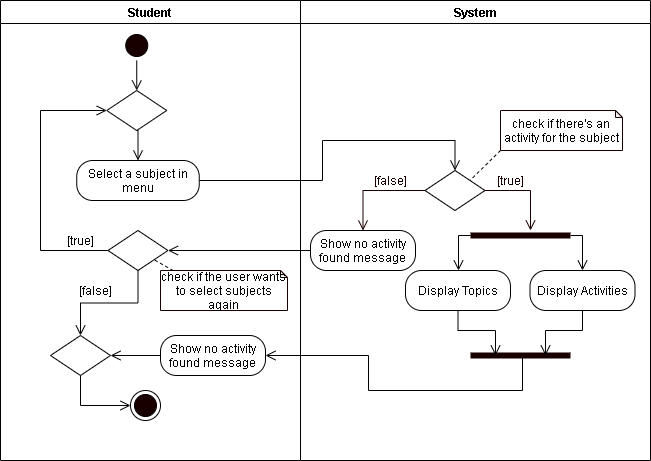
Above: REVISIONS/UML-DIAGRAMS/6-28-2021/ACTIVITY DIAGRAM/25-Open Subjects.png in mrklglsn/CAPSTONE-FILES (draw.io), before the change. Source tidied: cells renumbered, new cells last; positions are measured from the earlier drawing's top-left corner, leaving out a move shared by most shapes.
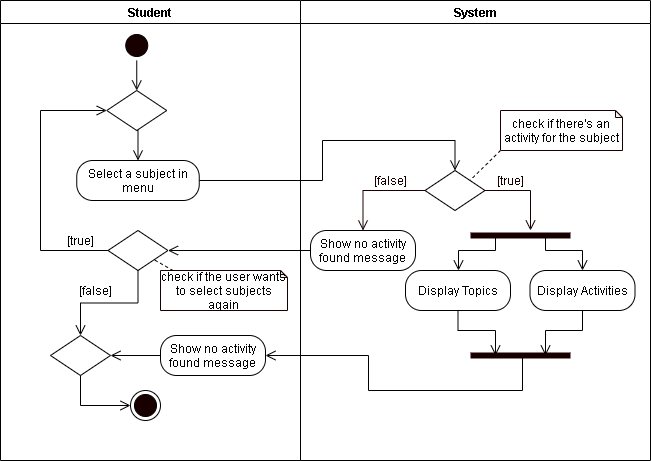
After the change.

Change to the diagram source:
```diff
@@ -89,13 +89,19 @@
     <mxCell id="27" value="check if there's an activity for the subject" style="shape=note;whiteSpace=wrap;html=1;backgroundOutline=1;darkOpacity=0.05;strokeColor=#190000;size=7;" parent="19" vertex="1">
       <mxGeometry x="200" y="110" width="122" height="40" as="geometry" />
     </mxCell>
-    <mxCell id="28" style="edgeStyle=orthogonalEdgeStyle;rounded=0;jettySize=auto;html=1;exitX=1;exitY=0.5;exitDx=0;exitDy=0;exitPerimeter=0;entryX=0.5;entryY=0;entryDx=0;entryDy=0;endArrow=open;endFill=0;endSize=8;" parent="19" edge="1" source="30" target="32">
-      <mxGeometry relative="1" as="geometry" />
+    <mxCell id="28" style="edgeStyle=orthogonalEdgeStyle;rounded=0;jettySize=auto;html=1;exitX=0.75;exitY=0.5;exitDx=0;exitDy=0;exitPerimeter=0;entryX=0.5;entryY=0;entryDx=0;entryDy=0;endArrow=open;endFill=0;endSize=8;" parent="19" edge="1" source="30" target="32">
+      <mxGeometry relative="1" as="geometry">
+        <Array as="points">
+          <mxPoint x="245" y="250" />
+          <mxPoint x="282" y="250" />
+        </Array>
+      </mxGeometry>
     </mxCell>
-    <mxCell id="29" style="edgeStyle=orthogonalEdgeStyle;rounded=0;jettySize=auto;html=1;exitX=0;exitY=0.5;exitDx=0;exitDy=0;exitPerimeter=0;endArrow=open;endFill=0;endSize=8;" parent="19" edge="1" source="30" target="31">
+    <mxCell id="29" style="edgeStyle=orthogonalEdgeStyle;rounded=0;jettySize=auto;html=1;exitX=0.25;exitY=0.5;exitDx=0;exitDy=0;exitPerimeter=0;endArrow=open;endFill=0;endSize=8;" parent="19" edge="1" source="30" target="31">
       <mxGeometry relative="1" as="geometry">
         <Array as="points">
-          <mxPoint x="158" y="235" />
+          <mxPoint x="195" y="250" />
+          <mxPoint x="158" y="250" />
         </Array>
       </mxGeometry>
     </mxCell>
```
